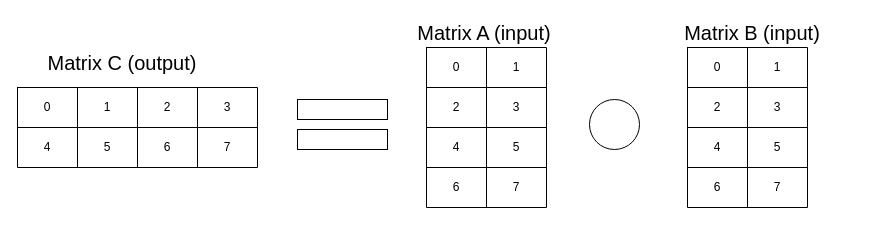
Above: figures/diagrams/mat_mul_strided_access_transposed.drawio in absorensen/numbers_go_brrrr (draw.io), before the change. Source tidied: cells renumbered, new cells numbered last; positions are measured from the earlier drawing's top-left corner, leaving out a move shared by most shapes. Both pictures are drawn from the tidied source at 100%, with x=0, y=0 at pixel (17, 17).
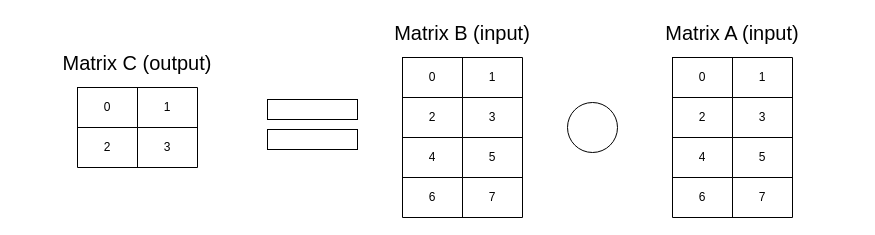
The same diagram, later.

What changed in the source:
```diff
@@
     <mxCell id="2" style="shape=table;startSize=0;childLayout=tableLayout;" parent="1" vertex="1">
-      <mxGeometry x="409" y="30" width="120" height="160" as="geometry" />
+      <mxGeometry x="385" y="40" width="120" height="160" as="geometry" />
     </mxCell>
@@
-    <mxCell id="15" style="shape=table;startSize=0;childLayout=tableLayout;" parent="1" vertex="1">
-      <mxGeometry y="70" width="240" height="80" as="geometry" />
-    </mxCell>
-    <mxCell id="16" style="shape=tableRow;horizontal=0;startSize=0;swimlaneHead=0;swimlaneBody=0;strokeColor=inherit;top=0;left=0;bottom=0;right=0;fillColor=none;" parent="15" vertex="1">
-      <mxGeometry width="240" height="40" as="geometry" />
-    </mxCell>
-    <mxCell id="17" value="0" style="shape=partialRectangle;html=1;whiteSpace=wrap;strokeColor=inherit;overflow=hidden;fillColor=none;top=0;left=0;bottom=0;right=0;" parent="16" vertex="1">
-      <mxGeometry width="60" height="40" as="geometry" />
-    </mxCell>
-    <mxCell id="18" value="1" style="shape=partialRectangle;html=1;whiteSpace=wrap;strokeColor=inherit;overflow=hidden;fillColor=none;top=0;left=0;bottom=0;right=0;" parent="16" vertex="1">
-      <mxGeometry x="60" width="60" height="40" as="geometry" />
-    </mxCell>
-    <mxCell id="19" value="2" style="shape=partialRectangle;html=1;whiteSpace=wrap;strokeColor=inherit;overflow=hidden;fillColor=none;top=0;left=0;bottom=0;right=0;" parent="16" vertex="1">
-      <mxGeometry x="120" width="60" height="40" as="geometry" />
-    </mxCell>
-    <mxCell id="20" value="3" style="shape=partialRectangle;html=1;whiteSpace=wrap;strokeColor=inherit;overflow=hidden;fillColor=none;top=0;left=0;bottom=0;right=0;" parent="16" vertex="1">
-      <mxGeometry x="180" width="60" height="40" as="geometry" />
-    </mxCell>
-    <mxCell id="21" style="shape=tableRow;horizontal=0;startSize=0;swimlaneHead=0;swimlaneBody=0;strokeColor=inherit;top=0;left=0;bottom=0;right=0;fillColor=none;" parent="15" vertex="1">
-      <mxGeometry y="40" width="240" height="40" as="geometry" />
-    </mxCell>
-    <mxCell id="22" value="4" style="shape=partialRectangle;html=1;whiteSpace=wrap;strokeColor=inherit;overflow=hidden;fillColor=none;top=0;left=0;bottom=0;right=0;" parent="21" vertex="1">
-      <mxGeometry width="60" height="40" as="geometry" />
-    </mxCell>
-    <mxCell id="23" value="5" style="shape=partialRectangle;html=1;whiteSpace=wrap;strokeColor=inherit;overflow=hidden;fillColor=none;top=0;left=0;bottom=0;right=0;" parent="21" vertex="1">
-      <mxGeometry x="60" width="60" height="40" as="geometry" />
-    </mxCell>
-    <mxCell id="24" value="6" style="shape=partialRectangle;html=1;whiteSpace=wrap;strokeColor=inherit;overflow=hidden;fillColor=none;top=0;left=0;bottom=0;right=0;" parent="21" vertex="1">
-      <mxGeometry x="120" width="60" height="40" as="geometry" />
-    </mxCell>
-    <mxCell id="25" value="7" style="shape=partialRectangle;html=1;whiteSpace=wrap;strokeColor=inherit;overflow=hidden;fillColor=none;top=0;left=0;bottom=0;right=0;" parent="21" vertex="1">
-      <mxGeometry x="180" width="60" height="40" as="geometry" />
-    </mxCell>
     <mxCell id="26" value="&lt;font style=&quot;font-size: 20px;&quot;&gt;Matrix C (output)&lt;br&gt;&lt;/font&gt;" style="text;html=1;strokeColor=none;fillColor=none;align=center;verticalAlign=middle;whiteSpace=wrap;rounded=0;" parent="1" vertex="1">
-      <mxGeometry y="30" width="210" height="30" as="geometry" />
+      <mxGeometry x="15" y="30" width="210" height="30" as="geometry" />
     </mxCell>
     <mxCell id="27" value="&lt;font style=&quot;font-size: 20px;&quot;&gt;Matrix A (input)&lt;br&gt;&lt;/font&gt;" style="text;html=1;strokeColor=none;fillColor=none;align=center;verticalAlign=middle;whiteSpace=wrap;rounded=0;" parent="1" vertex="1">
-      <mxGeometry x="362" width="210" height="30" as="geometry" />
+      <mxGeometry x="610" width="210" height="30" as="geometry" />
     </mxCell>
     <mxCell id="28" value="&lt;font style=&quot;font-size: 20px;&quot;&gt;Matrix B (input)&lt;br&gt;&lt;/font&gt;" style="text;html=1;strokeColor=none;fillColor=none;align=center;verticalAlign=middle;whiteSpace=wrap;rounded=0;" parent="1" vertex="1">
-      <mxGeometry x="630" width="210" height="30" as="geometry" />
+      <mxGeometry x="340" width="210" height="30" as="geometry" />
     </mxCell>
     <mxCell id="29" style="rounded=0;whiteSpace=wrap;html=1;" parent="1" vertex="1">
-      <mxGeometry x="280" y="82" width="90" height="20" as="geometry" />
+      <mxGeometry x="250" y="82" width="90" height="20" as="geometry" />
     </mxCell>
     <mxCell id="30" style="rounded=0;whiteSpace=wrap;html=1;" parent="1" vertex="1">
-      <mxGeometry x="280" y="112" width="90" height="20" as="geometry" />
+      <mxGeometry x="250" y="112" width="90" height="20" as="geometry" />
     </mxCell>
     <mxCell id="31" style="ellipse;whiteSpace=wrap;html=1;" parent="1" vertex="1">
-      <mxGeometry x="572" y="82" width="50" height="50" as="geometry" />
+      <mxGeometry x="550" y="85" width="50" height="50" as="geometry" />
     </mxCell>
-    <mxCell id="32" style="shape=table;startSize=0;childLayout=tableLayout;" parent="1" vertex="1">
-      <mxGeometry x="670" y="30" width="120" height="160" as="geometry" />
-    </mxCell>
-    <mxCell id="33" style="shape=tableRow;horizontal=0;startSize=0;swimlaneHead=0;swimlaneBody=0;strokeColor=inherit;top=0;left=0;bottom=0;right=0;fillColor=none;" parent="32" vertex="1">
-      <mxGeometry width="120" height="40" as="geometry" />
-    </mxCell>
-    <mxCell id="34" value="0" style="shape=partialRectangle;html=1;whiteSpace=wrap;strokeColor=inherit;overflow=hidden;fillColor=none;top=0;left=0;bottom=0;right=0;" parent="33" vertex="1">
-      <mxGeometry width="60" height="40" as="geometry" />
-    </mxCell>
-    <mxCell id="35" value="1" style="shape=partialRectangle;html=1;whiteSpace=wrap;strokeColor=inherit;overflow=hidden;fillColor=none;top=0;left=0;bottom=0;right=0;" parent="33" vertex="1">
-      <mxGeometry x="60" width="60" height="40" as="geometry" />
-    </mxCell>
-    <mxCell id="36" style="shape=tableRow;horizontal=0;startSize=0;swimlaneHead=0;swimlaneBody=0;strokeColor=inherit;top=0;left=0;bottom=0;right=0;fillColor=none;" parent="32" vertex="1">
-      <mxGeometry y="40" width="120" height="40" as="geometry" />
-    </mxCell>
-    <mxCell id="37" value="2" style="shape=partialRectangle;html=1;whiteSpace=wrap;strokeColor=inherit;overflow=hidden;fillColor=none;top=0;left=0;bottom=0;right=0;" parent="36" vertex="1">
-      <mxGeometry width="60" height="40" as="geometry" />
-    </mxCell>
-    <mxCell id="38" value="3" style="shape=partialRectangle;html=1;whiteSpace=wrap;strokeColor=inherit;overflow=hidden;fillColor=none;top=0;left=0;bottom=0;right=0;" parent="36" vertex="1">
-      <mxGeometry x="60" width="60" height="40" as="geometry" />
-    </mxCell>
+    <mxCell id="45" style="shape=table;startSize=0;childLayout=tableLayout;" parent="1" vertex="1">
+      <mxGeometry x="60" y="70" width="120" height="80" as="geometry" />
+    </mxCell>
+    <mxCell id="46" style="shape=tableRow;horizontal=0;startSize=0;swimlaneHead=0;swimlaneBody=0;strokeColor=inherit;top=0;left=0;bottom=0;right=0;fillColor=none;" parent="45" vertex="1">
+      <mxGeometry width="120" height="40" as="geometry" />
+    </mxCell>
+    <mxCell id="47" value="0" style="shape=partialRectangle;html=1;whiteSpace=wrap;strokeColor=inherit;overflow=hidden;fillColor=none;top=0;left=0;bottom=0;right=0;" parent="46" vertex="1">
+      <mxGeometry width="60" height="40" as="geometry" />
+    </mxCell>
+    <mxCell id="48" value="1" style="shape=partialRectangle;html=1;whiteSpace=wrap;strokeColor=inherit;overflow=hidden;fillColor=none;top=0;left=0;bottom=0;right=0;" parent="46" vertex="1">
+      <mxGeometry x="60" width="60" height="40" as="geometry" />
+    </mxCell>
+    <mxCell id="49" style="shape=tableRow;horizontal=0;startSize=0;swimlaneHead=0;swimlaneBody=0;strokeColor=inherit;top=0;left=0;bottom=0;right=0;fillColor=none;" parent="45" vertex="1">
+      <mxGeometry y="40" width="120" height="40" as="geometry" />
+    </mxCell>
+    <mxCell id="50" value="2" style="shape=partialRectangle;html=1;whiteSpace=wrap;strokeColor=inherit;overflow=hidden;fillColor=none;top=0;left=0;bottom=0;right=0;" parent="49" vertex="1">
+      <mxGeometry width="60" height="40" as="geometry" />
+    </mxCell>
+    <mxCell id="51" value="3" style="shape=partialRectangle;html=1;whiteSpace=wrap;strokeColor=inherit;overflow=hidden;fillColor=none;top=0;left=0;bottom=0;right=0;" parent="49" vertex="1">
+      <mxGeometry x="60" width="60" height="40" as="geometry" />
+    </mxCell>
+    <mxCell id="52" style="shape=table;startSize=0;childLayout=tableLayout;" parent="1" vertex="1">
+      <mxGeometry x="655" y="40" width="120" height="160" as="geometry" />
+    </mxCell>
+    <mxCell id="53" style="shape=tableRow;horizontal=0;startSize=0;swimlaneHead=0;swimlaneBody=0;strokeColor=inherit;top=0;left=0;bottom=0;right=0;fillColor=none;" parent="52" vertex="1">
+      <mxGeometry width="120" height="40" as="geometry" />
+    </mxCell>
+    <mxCell id="54" value="0" style="shape=partialRectangle;html=1;whiteSpace=wrap;strokeColor=inherit;overflow=hidden;fillColor=none;top=0;left=0;bottom=0;right=0;" parent="53" vertex="1">
+      <mxGeometry width="60" height="40" as="geometry" />
+    </mxCell>
+    <mxCell id="55" value="1" style="shape=partialRectangle;html=1;whiteSpace=wrap;strokeColor=inherit;overflow=hidden;fillColor=none;top=0;left=0;bottom=0;right=0;" parent="53" vertex="1">
+      <mxGeometry x="60" width="60" height="40" as="geometry" />
+    </mxCell>
+    <mxCell id="56" style="shape=tableRow;horizontal=0;startSize=0;swimlaneHead=0;swimlaneBody=0;strokeColor=inherit;top=0;left=0;bottom=0;right=0;fillColor=none;" parent="52" vertex="1">
+      <mxGeometry y="40" width="120" height="40" as="geometry" />
+    </mxCell>
+    <mxCell id="57" value="2" style="shape=partialRectangle;html=1;whiteSpace=wrap;strokeColor=inherit;overflow=hidden;fillColor=none;top=0;left=0;bottom=0;right=0;" parent="56" vertex="1">
+      <mxGeometry width="60" height="40" as="geometry" />
+    </mxCell>
+    <mxCell id="58" value="3" style="shape=partialRectangle;html=1;whiteSpace=wrap;strokeColor=inherit;overflow=hidden;fillColor=none;top=0;left=0;bottom=0;right=0;" parent="56" vertex="1">
+      <mxGeometry x="60" width="60" height="40" as="geometry" />
+    </mxCell>
-    <mxCell id="39" style="shape=tableRow;horizontal=0;startSize=0;swimlaneHead=0;swimlaneBody=0;strokeColor=inherit;top=0;left=0;bottom=0;right=0;fillColor=none;" parent="32" vertex="1">
+    <mxCell id="39" style="shape=tableRow;horizontal=0;startSize=0;swimlaneHead=0;swimlaneBody=0;strokeColor=inherit;top=0;left=0;bottom=0;right=0;fillColor=none;" parent="52" vertex="1">
       <mxGeometry y="80" width="120" height="40" as="geometry" />
     </mxCell>
-    <mxCell id="40" value="4" style="shape=partialRectangle;html=1;whiteSpace=wrap;strokeColor=inherit;overflow=hidden;fillColor=none;top=0;left=0;bottom=0;right=0;" parent="39" vertex="1">
-      <mxGeometry width="60" height="40" as="geometry" />
-    </mxCell>
-    <mxCell id="41" value="5" style="shape=partialRectangle;html=1;whiteSpace=wrap;strokeColor=inherit;overflow=hidden;fillColor=none;top=0;left=0;bottom=0;right=0;" parent="39" vertex="1">
-      <mxGeometry x="60" width="60" height="40" as="geometry" />
-    </mxCell>
+    <mxCell id="59" value="4" style="shape=partialRectangle;html=1;whiteSpace=wrap;strokeColor=inherit;overflow=hidden;fillColor=none;top=0;left=0;bottom=0;right=0;" parent="39" vertex="1">
+      <mxGeometry width="60" height="40" as="geometry" />
+    </mxCell>
+    <mxCell id="60" value="5" style="shape=partialRectangle;html=1;whiteSpace=wrap;strokeColor=inherit;overflow=hidden;fillColor=none;top=0;left=0;bottom=0;right=0;" parent="39" vertex="1">
+      <mxGeometry x="60" width="60" height="40" as="geometry" />
+    </mxCell>
-    <mxCell id="42" style="shape=tableRow;horizontal=0;startSize=0;swimlaneHead=0;swimlaneBody=0;strokeColor=inherit;top=0;left=0;bottom=0;right=0;fillColor=none;" parent="32" vertex="1">
+    <mxCell id="42" style="shape=tableRow;horizontal=0;startSize=0;swimlaneHead=0;swimlaneBody=0;strokeColor=inherit;top=0;left=0;bottom=0;right=0;fillColor=none;" parent="52" vertex="1">
       <mxGeometry y="120" width="120" height="40" as="geometry" />
     </mxCell>
```
